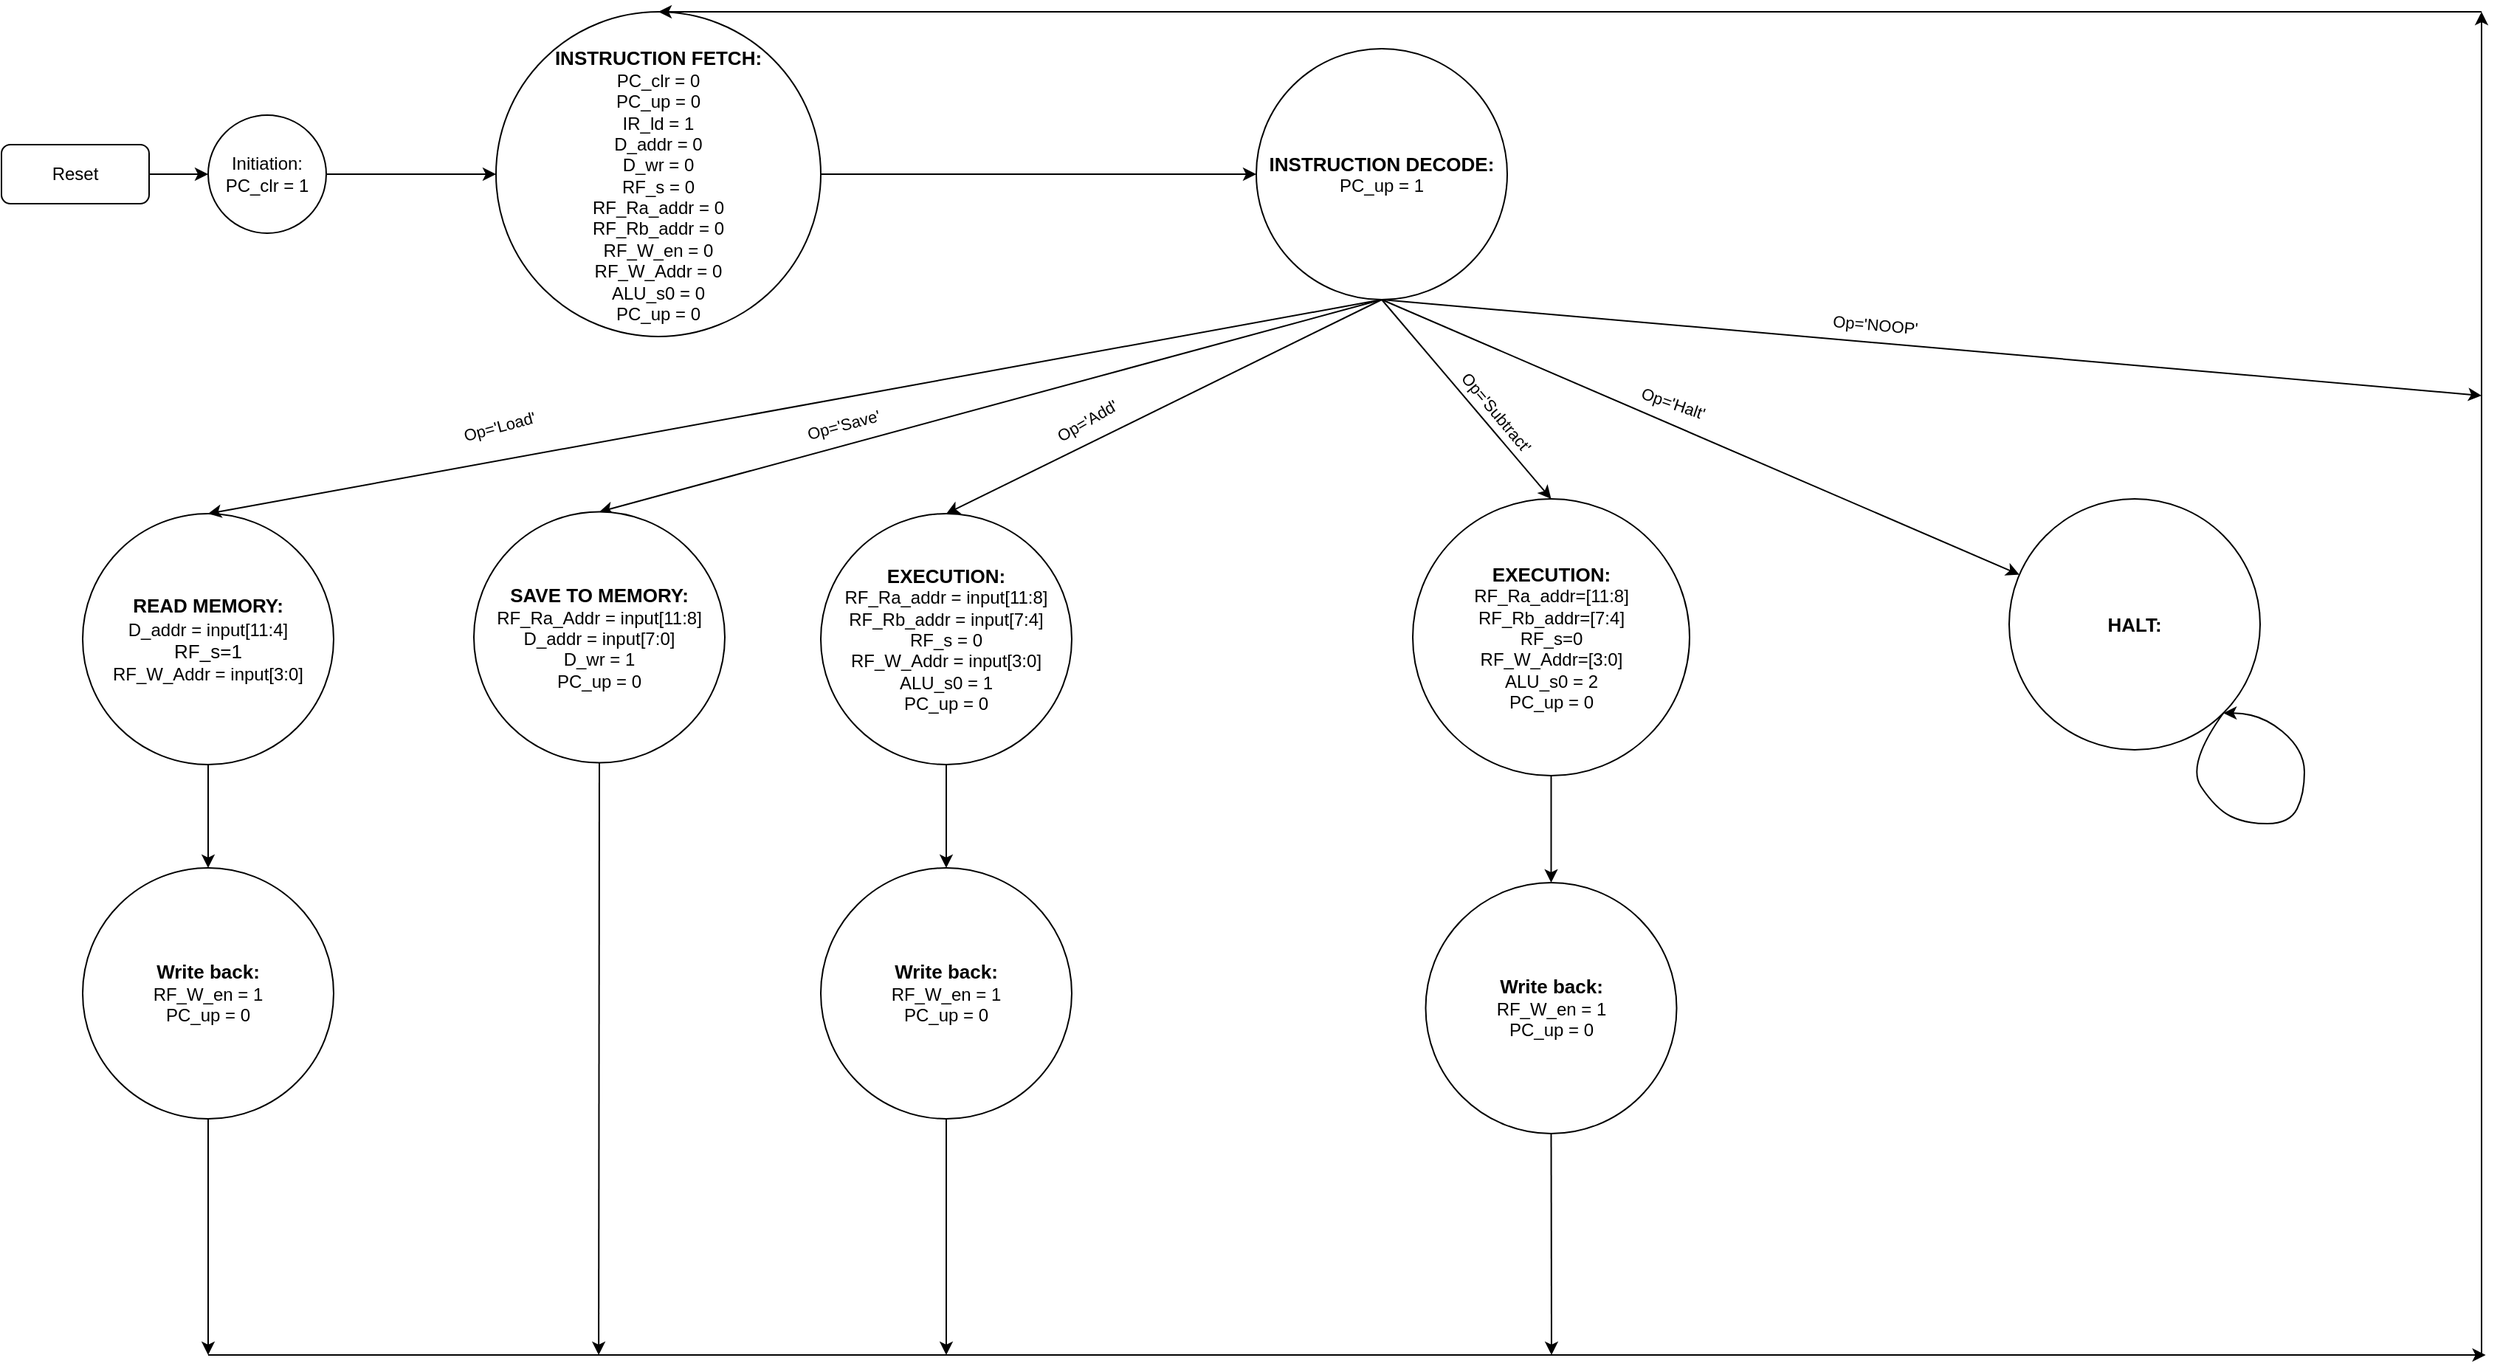
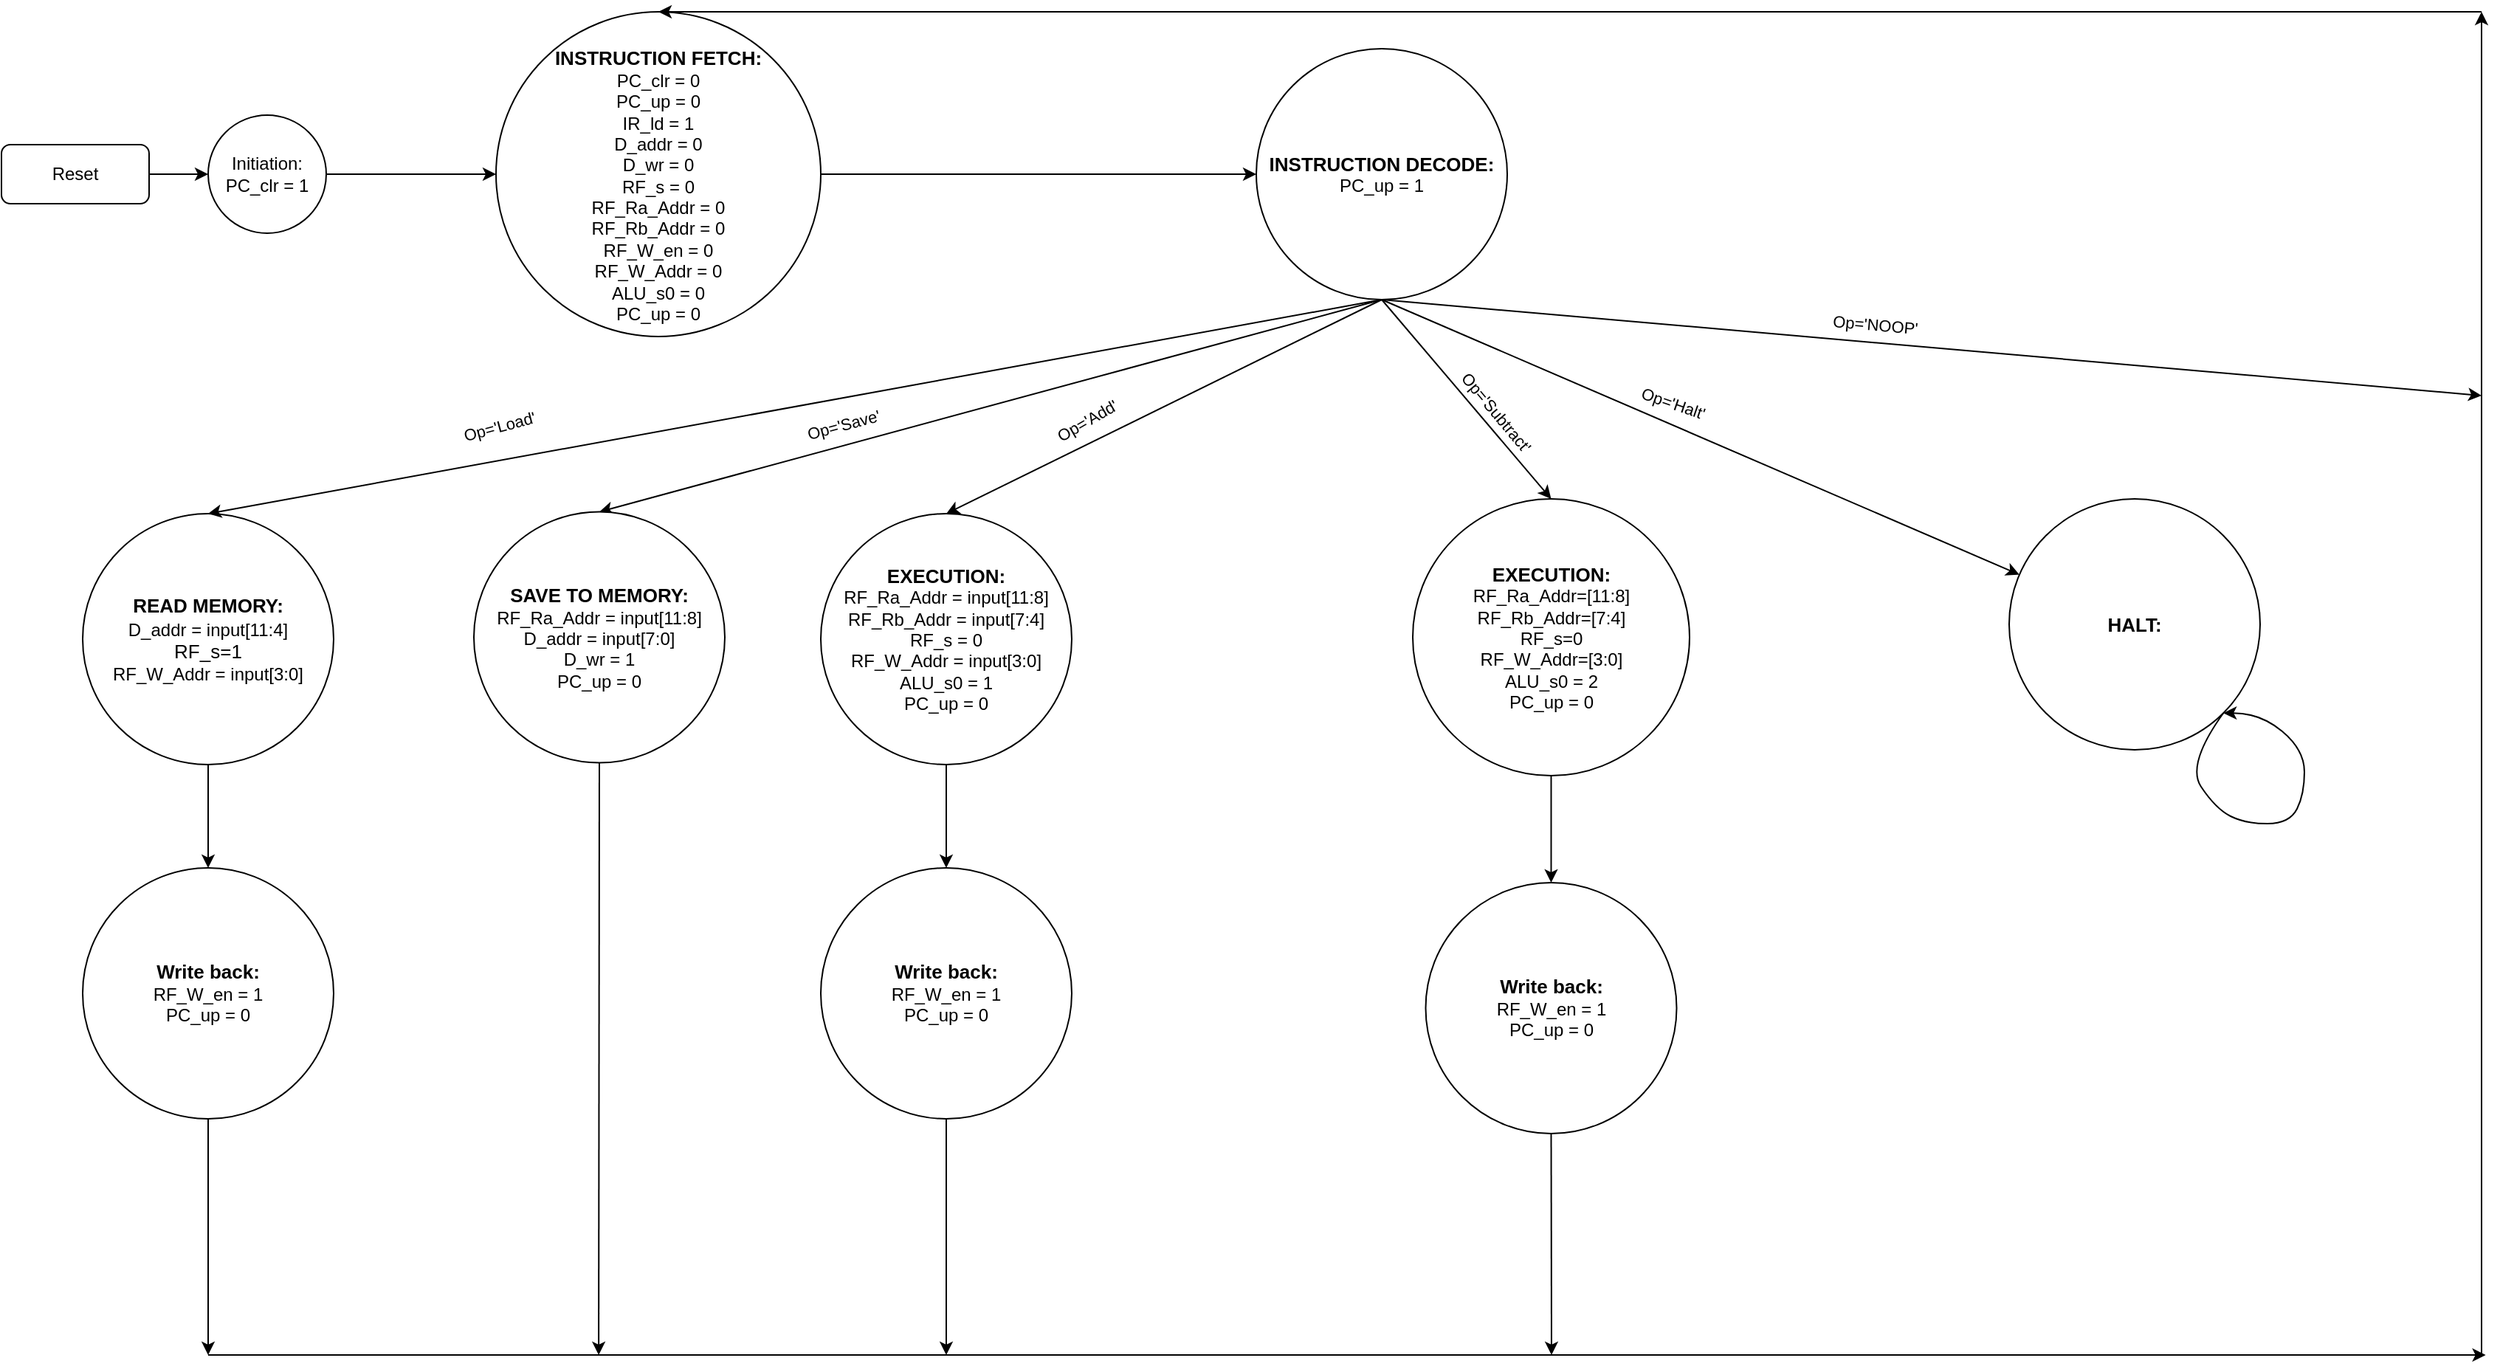
<mxfile host="app.diagrams.net" agent="Mozilla/5.0 (Windows NT 10.0; Win64; x64) AppleWebKit/537.36 (KHTML, like Gecko) draw.io/28.2.8 Chrome/140.0.7339.240 Electron/38.4.0 Safari/537.36">
  <diagram name="Page-1" id="6g0ZBsWtNu8KfJ2gwmlM">
    <mxGraphModel dx="3946" dy="5152" grid="1" gridSize="10" guides="1" tooltips="1" connect="1" arrows="1" fold="1" page="1" pageScale="1" pageWidth="850" pageHeight="1100" math="0" shadow="0">
      <root>
        <mxCell id="0" />
        <mxCell id="1" parent="0" />
        <mxCell id="5IpxGfXppXMIbhUc-PeU-2" parent="1" style="ellipse;whiteSpace=wrap;html=1;aspect=fixed;" value="&lt;div&gt;&lt;b&gt;&lt;font style=&quot;font-size: 13px;&quot;&gt;INSTRUCTION DECODE:&lt;/font&gt;&lt;/b&gt;&lt;/div&gt;&lt;div&gt;PC_up = 1&lt;/div&gt;" vertex="1">
          <mxGeometry height="170" width="170" x="10" y="-3245" as="geometry" />
        </mxCell>
        <mxCell id="5IpxGfXppXMIbhUc-PeU-3" parent="1" style="ellipse;whiteSpace=wrap;html=1;aspect=fixed;" value="&lt;span style=&quot;font-size: 13px;&quot;&gt;&lt;b&gt;READ MEMORY:&lt;/b&gt;&lt;/span&gt;&lt;div&gt;D_addr = input[11:4]&lt;span style=&quot;font-size: 13px;&quot;&gt;&lt;b&gt;&lt;br&gt;&lt;/b&gt;&lt;/span&gt;&lt;div&gt;&lt;span style=&quot;font-size: 13px;&quot;&gt;RF_s=1&lt;/span&gt;&lt;/div&gt;&lt;div&gt;RF_W_Addr = input[3:0]&lt;/div&gt;&lt;/div&gt;" vertex="1">
          <mxGeometry height="170" width="170" x="-785" y="-2930" as="geometry" />
        </mxCell>
-         <mxCell id="5IpxGfXppXMIbhUc-PeU-4" parent="1" style="ellipse;whiteSpace=wrap;html=1;direction=south;" value="&lt;div&gt;&lt;b&gt;&lt;font style=&quot;font-size: 13px;&quot;&gt;&lt;br&gt;&lt;/font&gt;&lt;/b&gt;&lt;/div&gt;&lt;div&gt;&lt;b&gt;&lt;font style=&quot;font-size: 13px;&quot;&gt;INSTRUCTION FETCH:&lt;/font&gt;&lt;/b&gt;&lt;/div&gt;&lt;div&gt;PC_clr = 0&lt;/div&gt;&lt;div&gt;PC_up = 0&lt;/div&gt;&lt;div&gt;IR_ld = 1&lt;/div&gt;&lt;div&gt;D_addr = 0&lt;/div&gt;&lt;div&gt;D_wr = 0&lt;br&gt;RF_s = 0&lt;/div&gt;&lt;div&gt;RF_Ra_addr = 0&lt;/div&gt;&lt;div&gt;RF_Rb_addr = 0&lt;/div&gt;&lt;div&gt;RF_W_en = 0&lt;/div&gt;&lt;div&gt;RF_W_Addr = 0&lt;/div&gt;&lt;div&gt;ALU_s0 = 0&lt;/div&gt;&lt;div&gt;PC_up = 0&lt;/div&gt;" vertex="1">
+         <mxCell id="5IpxGfXppXMIbhUc-PeU-4" parent="1" style="ellipse;whiteSpace=wrap;html=1;direction=south;" value="&lt;div&gt;&lt;b&gt;&lt;font style=&quot;font-size: 13px;&quot;&gt;&lt;br&gt;&lt;/font&gt;&lt;/b&gt;&lt;/div&gt;&lt;div&gt;&lt;b&gt;&lt;font style=&quot;font-size: 13px;&quot;&gt;INSTRUCTION FETCH:&lt;/font&gt;&lt;/b&gt;&lt;/div&gt;&lt;div&gt;PC_clr = 0&lt;/div&gt;&lt;div&gt;PC_up = 0&lt;/div&gt;&lt;div&gt;IR_ld = 1&lt;/div&gt;&lt;div&gt;D_addr = 0&lt;/div&gt;&lt;div&gt;D_wr = 0&lt;br&gt;RF_s = 0&lt;/div&gt;&lt;div&gt;RF_Ra_Addr = 0&lt;/div&gt;&lt;div&gt;RF_Rb_Addr = 0&lt;/div&gt;&lt;div&gt;RF_W_en = 0&lt;/div&gt;&lt;div&gt;RF_W_Addr = 0&lt;/div&gt;&lt;div&gt;ALU_s0 = 0&lt;/div&gt;&lt;div&gt;PC_up = 0&lt;/div&gt;" vertex="1">
          <mxGeometry height="220" width="220" x="-505" y="-3270" as="geometry" />
        </mxCell>
-         <mxCell id="5IpxGfXppXMIbhUc-PeU-5" parent="1" style="ellipse;whiteSpace=wrap;html=1;aspect=fixed;" value="&lt;div&gt;&lt;b&gt;&lt;font style=&quot;font-size: 13px;&quot;&gt;EXECUTION:&lt;/font&gt;&lt;/b&gt;&lt;/div&gt;&lt;div&gt;&lt;div&gt;RF_Ra_addr = input[11:8]&lt;/div&gt;&lt;div&gt;RF_Rb_addr = input[7:4]&lt;/div&gt;&lt;/div&gt;&lt;div&gt;&lt;span style=&quot;background-color: transparent; color: light-dark(rgb(0, 0, 0), rgb(255, 255, 255));&quot;&gt;RF_s = 0&lt;/span&gt;&lt;/div&gt;&lt;div&gt;RF_W_Addr = input&lt;span style=&quot;background-color: transparent; color: light-dark(rgb(0, 0, 0), rgb(255, 255, 255));&quot;&gt;&lt;/span&gt;&lt;span style=&quot;background-color: transparent; color: light-dark(rgb(0, 0, 0), rgb(255, 255, 255));&quot;&gt;[3:0]&lt;/span&gt;&lt;/div&gt;&lt;div&gt;&lt;span style=&quot;background-color: transparent; color: light-dark(rgb(0, 0, 0), rgb(255, 255, 255));&quot;&gt;ALU_s0 = 1&lt;/span&gt;&lt;/div&gt;&lt;div&gt;PC_up = 0&lt;span style=&quot;background-color: transparent; color: light-dark(rgb(0, 0, 0), rgb(255, 255, 255));&quot;&gt;&lt;/span&gt;&lt;/div&gt;" vertex="1">
+         <mxCell id="5IpxGfXppXMIbhUc-PeU-5" parent="1" style="ellipse;whiteSpace=wrap;html=1;aspect=fixed;" value="&lt;div&gt;&lt;b&gt;&lt;font style=&quot;font-size: 13px;&quot;&gt;EXECUTION:&lt;/font&gt;&lt;/b&gt;&lt;/div&gt;&lt;div&gt;&lt;div&gt;RF_Ra_Addr = input[11:8]&lt;/div&gt;&lt;div&gt;RF_Rb_Addr = input[7:4]&lt;/div&gt;&lt;/div&gt;&lt;div&gt;&lt;span style=&quot;background-color: transparent; color: light-dark(rgb(0, 0, 0), rgb(255, 255, 255));&quot;&gt;RF_s = 0&lt;/span&gt;&lt;/div&gt;&lt;div&gt;RF_W_Addr = input&lt;span style=&quot;background-color: transparent; color: light-dark(rgb(0, 0, 0), rgb(255, 255, 255));&quot;&gt;&lt;/span&gt;&lt;span style=&quot;background-color: transparent; color: light-dark(rgb(0, 0, 0), rgb(255, 255, 255));&quot;&gt;[3:0]&lt;/span&gt;&lt;/div&gt;&lt;div&gt;&lt;span style=&quot;background-color: transparent; color: light-dark(rgb(0, 0, 0), rgb(255, 255, 255));&quot;&gt;ALU_s0 = 1&lt;/span&gt;&lt;/div&gt;&lt;div&gt;PC_up = 0&lt;span style=&quot;background-color: transparent; color: light-dark(rgb(0, 0, 0), rgb(255, 255, 255));&quot;&gt;&lt;/span&gt;&lt;/div&gt;" vertex="1">
          <mxGeometry height="170" width="170" x="-285" y="-2930" as="geometry" />
        </mxCell>
-         <mxCell id="5IpxGfXppXMIbhUc-PeU-6" parent="1" style="ellipse;whiteSpace=wrap;html=1;aspect=fixed;" value="&lt;div&gt;&lt;b&gt;&lt;font style=&quot;font-size: 13px;&quot;&gt;EXECUTION:&lt;/font&gt;&lt;/b&gt;&lt;/div&gt;&lt;div&gt;&lt;div&gt;RF_Ra_addr=[11:8]&lt;/div&gt;&lt;div&gt;RF_Rb_addr=[7:4]&lt;/div&gt;&lt;/div&gt;&lt;div&gt;&lt;span style=&quot;background-color: transparent; color: light-dark(rgb(0, 0, 0), rgb(255, 255, 255));&quot;&gt;RF_s=0&lt;/span&gt;&lt;/div&gt;&lt;div&gt;RF_W_Addr=&lt;span style=&quot;background-color: transparent; color: light-dark(rgb(0, 0, 0), rgb(255, 255, 255));&quot;&gt;&lt;/span&gt;&lt;span style=&quot;background-color: transparent; color: light-dark(rgb(0, 0, 0), rgb(255, 255, 255));&quot;&gt;[3:0]&lt;/span&gt;&lt;/div&gt;&lt;div&gt;&lt;span style=&quot;background-color: transparent; color: light-dark(rgb(0, 0, 0), rgb(255, 255, 255));&quot;&gt;ALU_s0 = 2&lt;/span&gt;&lt;/div&gt;&lt;div&gt;PC_up = 0&lt;span style=&quot;background-color: transparent; color: light-dark(rgb(0, 0, 0), rgb(255, 255, 255));&quot;&gt;&lt;/span&gt;&lt;/div&gt;" vertex="1">
+         <mxCell id="5IpxGfXppXMIbhUc-PeU-6" parent="1" style="ellipse;whiteSpace=wrap;html=1;aspect=fixed;" value="&lt;div&gt;&lt;b&gt;&lt;font style=&quot;font-size: 13px;&quot;&gt;EXECUTION:&lt;/font&gt;&lt;/b&gt;&lt;/div&gt;&lt;div&gt;&lt;div&gt;RF_Ra_Addr=[11:8]&lt;/div&gt;&lt;div&gt;RF_Rb_Addr=[7:4]&lt;/div&gt;&lt;/div&gt;&lt;div&gt;&lt;span style=&quot;background-color: transparent; color: light-dark(rgb(0, 0, 0), rgb(255, 255, 255));&quot;&gt;RF_s=0&lt;/span&gt;&lt;/div&gt;&lt;div&gt;RF_W_Addr=&lt;span style=&quot;background-color: transparent; color: light-dark(rgb(0, 0, 0), rgb(255, 255, 255));&quot;&gt;&lt;/span&gt;&lt;span style=&quot;background-color: transparent; color: light-dark(rgb(0, 0, 0), rgb(255, 255, 255));&quot;&gt;[3:0]&lt;/span&gt;&lt;/div&gt;&lt;div&gt;&lt;span style=&quot;background-color: transparent; color: light-dark(rgb(0, 0, 0), rgb(255, 255, 255));&quot;&gt;ALU_s0 = 2&lt;/span&gt;&lt;/div&gt;&lt;div&gt;PC_up = 0&lt;span style=&quot;background-color: transparent; color: light-dark(rgb(0, 0, 0), rgb(255, 255, 255));&quot;&gt;&lt;/span&gt;&lt;/div&gt;" vertex="1">
          <mxGeometry height="187.5" width="187.5" x="116" y="-2940" as="geometry" />
        </mxCell>
        <mxCell id="5IpxGfXppXMIbhUc-PeU-7" parent="1" style="ellipse;whiteSpace=wrap;html=1;aspect=fixed;" value="&lt;b&gt;&lt;font style=&quot;font-size: 13px;&quot;&gt;HALT:&lt;/font&gt;&lt;/b&gt;" vertex="1">
          <mxGeometry height="170" width="170" x="520" y="-2940" as="geometry" />
        </mxCell>
        <mxCell id="5IpxGfXppXMIbhUc-PeU-10" parent="1" style="ellipse;whiteSpace=wrap;html=1;aspect=fixed;" value="&lt;div&gt;&lt;b&gt;&lt;font style=&quot;font-size: 13px;&quot;&gt;Write back:&lt;/font&gt;&lt;/b&gt;&lt;/div&gt;RF_W_en = 1&lt;div&gt;PC_up = 0&lt;/div&gt;" vertex="1">
          <mxGeometry height="170" width="170" x="-285" y="-2690" as="geometry" />
        </mxCell>
        <mxCell id="5IpxGfXppXMIbhUc-PeU-15" edge="1" parent="1" source="5IpxGfXppXMIbhUc-PeU-4" style="endArrow=classic;html=1;rounded=0;exitX=0.5;exitY=0;exitDx=0;exitDy=0;entryX=0;entryY=0.5;entryDx=0;entryDy=0;" target="5IpxGfXppXMIbhUc-PeU-2" value="">
          <mxGeometry height="50" relative="1" width="50" as="geometry">
            <mxPoint x="440" y="-2990" as="sourcePoint" />
            <mxPoint x="490" y="-3040" as="targetPoint" />
          </mxGeometry>
        </mxCell>
        <mxCell id="5IpxGfXppXMIbhUc-PeU-17" edge="1" parent="1" source="5IpxGfXppXMIbhUc-PeU-2" style="endArrow=classic;html=1;rounded=0;exitX=0.5;exitY=1;exitDx=0;exitDy=0;entryX=0.5;entryY=0;entryDx=0;entryDy=0;" target="5IpxGfXppXMIbhUc-PeU-3" value="">
          <mxGeometry height="50" relative="1" width="50" as="geometry">
            <mxPoint x="440" y="-2990" as="sourcePoint" />
            <mxPoint x="490" y="-3040" as="targetPoint" />
          </mxGeometry>
        </mxCell>
        <mxCell id="5IpxGfXppXMIbhUc-PeU-18" connectable="0" parent="5IpxGfXppXMIbhUc-PeU-17" style="edgeLabel;html=1;align=center;verticalAlign=middle;resizable=0;points=[];rotation=-15;" value="Op=&#39;Load&#39;" vertex="1">
          <mxGeometry relative="1" x="0.7508" y="4" as="geometry">
            <mxPoint x="97" y="-45" as="offset" />
          </mxGeometry>
        </mxCell>
        <mxCell id="5IpxGfXppXMIbhUc-PeU-19" edge="1" parent="1" source="5IpxGfXppXMIbhUc-PeU-2" style="endArrow=classic;html=1;rounded=0;entryX=0.5;entryY=0;entryDx=0;entryDy=0;exitX=0.5;exitY=1;exitDx=0;exitDy=0;" target="5IpxGfXppXMIbhUc-PeU-5" value="">
          <mxGeometry height="50" relative="1" width="50" as="geometry">
            <mxPoint x="440" y="-2990" as="sourcePoint" />
            <mxPoint x="490" y="-3040" as="targetPoint" />
          </mxGeometry>
        </mxCell>
        <mxCell id="5IpxGfXppXMIbhUc-PeU-34" connectable="0" parent="5IpxGfXppXMIbhUc-PeU-19" style="edgeLabel;html=1;align=center;verticalAlign=middle;resizable=0;points=[];rotation=-30;" value="Op=&#39;Add&#39;" vertex="1">
          <mxGeometry relative="1" x="0.2531" y="2" as="geometry">
            <mxPoint x="-16" y="-11" as="offset" />
          </mxGeometry>
        </mxCell>
        <mxCell id="5IpxGfXppXMIbhUc-PeU-20" edge="1" parent="1" source="5IpxGfXppXMIbhUc-PeU-2" style="endArrow=classic;html=1;rounded=0;exitX=0.5;exitY=1;exitDx=0;exitDy=0;entryX=0.5;entryY=0;entryDx=0;entryDy=0;" target="5IpxGfXppXMIbhUc-PeU-6" value="">
          <mxGeometry height="50" relative="1" width="50" as="geometry">
            <mxPoint x="440" y="-2990" as="sourcePoint" />
            <mxPoint x="490" y="-3040" as="targetPoint" />
          </mxGeometry>
        </mxCell>
        <mxCell id="5IpxGfXppXMIbhUc-PeU-37" connectable="0" parent="5IpxGfXppXMIbhUc-PeU-20" style="edgeLabel;html=1;align=center;verticalAlign=middle;resizable=0;points=[];rotation=50;" value="Op=&#39;Subtract&#39;" vertex="1">
          <mxGeometry relative="1" x="0.0445" y="-1" as="geometry">
            <mxPoint x="18" y="5" as="offset" />
          </mxGeometry>
        </mxCell>
        <mxCell id="5IpxGfXppXMIbhUc-PeU-21" edge="1" parent="1" source="5IpxGfXppXMIbhUc-PeU-2" style="endArrow=classic;html=1;rounded=0;exitX=0.5;exitY=1;exitDx=0;exitDy=0;" target="5IpxGfXppXMIbhUc-PeU-7" value="">
          <mxGeometry height="50" relative="1" width="50" as="geometry">
            <mxPoint x="630" y="-3040" as="sourcePoint" />
            <mxPoint x="490" y="-3040" as="targetPoint" />
          </mxGeometry>
        </mxCell>
        <mxCell id="5IpxGfXppXMIbhUc-PeU-38" connectable="0" parent="5IpxGfXppXMIbhUc-PeU-21" style="edgeLabel;html=1;align=center;verticalAlign=middle;resizable=0;points=[];rotation=19;" value="Op=&#39;Halt&#39;" vertex="1">
          <mxGeometry relative="1" x="-0.1202" y="1" as="geometry">
            <mxPoint x="6" y="-11" as="offset" />
          </mxGeometry>
        </mxCell>
        <mxCell id="5IpxGfXppXMIbhUc-PeU-27" edge="1" parent="1" source="5IpxGfXppXMIbhUc-PeU-5" style="endArrow=classic;html=1;rounded=0;exitX=0.5;exitY=1;exitDx=0;exitDy=0;entryX=0.5;entryY=0;entryDx=0;entryDy=0;" target="5IpxGfXppXMIbhUc-PeU-10" value="">
          <mxGeometry height="50" relative="1" width="50" as="geometry">
            <mxPoint x="120" y="-2730" as="sourcePoint" />
            <mxPoint x="170" y="-2780" as="targetPoint" />
          </mxGeometry>
        </mxCell>
        <mxCell id="5IpxGfXppXMIbhUc-PeU-31" edge="1" parent="1" style="endArrow=classic;html=1;rounded=0;" value="">
          <mxGeometry height="50" relative="1" width="50" as="geometry">
            <mxPoint x="840" y="-2360" as="sourcePoint" />
            <mxPoint x="840" y="-3270" as="targetPoint" />
          </mxGeometry>
        </mxCell>
        <mxCell id="5IpxGfXppXMIbhUc-PeU-32" edge="1" parent="1" style="endArrow=classic;html=1;rounded=0;entryX=0;entryY=0.5;entryDx=0;entryDy=0;" target="5IpxGfXppXMIbhUc-PeU-4" value="">
          <mxGeometry height="50" relative="1" width="50" as="geometry">
            <mxPoint x="840" y="-3270" as="sourcePoint" />
            <mxPoint x="190" y="-3280" as="targetPoint" />
          </mxGeometry>
        </mxCell>
        <mxCell id="tg0Gqb_y_xAmlSaAp7vu-2" edge="1" parent="1" source="5IpxGfXppXMIbhUc-PeU-10" style="endArrow=classic;html=1;rounded=0;exitX=0.5;exitY=1;exitDx=0;exitDy=0;" value="">
          <mxGeometry height="50" relative="1" width="50" as="geometry">
            <mxPoint x="-230" y="-2340" as="sourcePoint" />
            <mxPoint x="-200" y="-2360" as="targetPoint" />
          </mxGeometry>
        </mxCell>
        <mxCell id="tg0Gqb_y_xAmlSaAp7vu-3" edge="1" parent="1" style="endArrow=classic;html=1;rounded=0;" value="">
          <mxGeometry height="50" relative="1" width="50" as="geometry">
            <mxPoint x="-700" y="-2360" as="sourcePoint" />
            <mxPoint x="842.8068462171053" y="-2360" as="targetPoint" />
          </mxGeometry>
        </mxCell>
        <mxCell id="tg0Gqb_y_xAmlSaAp7vu-4" edge="1" parent="1" source="5IpxGfXppXMIbhUc-PeU-6" style="endArrow=classic;html=1;rounded=0;exitX=0.5;exitY=1;exitDx=0;exitDy=0;entryX=0.5;entryY=0;entryDx=0;entryDy=0;" target="u-jrrCGQoEvju8Wkr6QC-15" value="">
          <mxGeometry height="50" relative="1" width="50" as="geometry">
            <mxPoint x="100" y="-2730" as="sourcePoint" />
            <mxPoint x="200" y="-2680" as="targetPoint" />
          </mxGeometry>
        </mxCell>
        <mxCell id="u-jrrCGQoEvju8Wkr6QC-1" edge="1" parent="1" source="u-jrrCGQoEvju8Wkr6QC-17" style="endArrow=classic;html=1;rounded=0;entryX=0.5;entryY=1;entryDx=0;entryDy=0;exitX=1;exitY=0.5;exitDx=0;exitDy=0;" target="5IpxGfXppXMIbhUc-PeU-4" value="">
          <mxGeometry height="50" relative="1" width="50" as="geometry">
            <mxPoint x="-640" y="-3160" as="sourcePoint" />
            <mxPoint x="-560" y="-3160" as="targetPoint" />
          </mxGeometry>
        </mxCell>
        <mxCell id="u-jrrCGQoEvju8Wkr6QC-4" edge="1" parent="1" source="5IpxGfXppXMIbhUc-PeU-2" style="endArrow=classic;html=1;rounded=0;exitX=0.5;exitY=1;exitDx=0;exitDy=0;" value="">
          <mxGeometry height="50" relative="1" width="50" as="geometry">
            <mxPoint x="100" y="-3070" as="sourcePoint" />
            <mxPoint x="840" y="-3010" as="targetPoint" />
          </mxGeometry>
        </mxCell>
        <mxCell id="u-jrrCGQoEvju8Wkr6QC-5" connectable="0" parent="u-jrrCGQoEvju8Wkr6QC-4" style="edgeLabel;html=1;align=center;verticalAlign=middle;resizable=0;points=[];rotation=5;" value="Op=&#39;NOOP&#39;" vertex="1">
          <mxGeometry relative="1" x="-0.1202" y="1" as="geometry">
            <mxPoint x="6" y="-11" as="offset" />
          </mxGeometry>
        </mxCell>
        <mxCell id="u-jrrCGQoEvju8Wkr6QC-10" parent="1" style="ellipse;whiteSpace=wrap;html=1;aspect=fixed;" value="&lt;div&gt;&lt;b&gt;&lt;font style=&quot;font-size: 13px;&quot;&gt;Write back:&lt;/font&gt;&lt;/b&gt;&lt;/div&gt;RF_W_en = 1&lt;div&gt;PC_up = 0&lt;/div&gt;" vertex="1">
          <mxGeometry height="170" width="170" x="-785" y="-2690" as="geometry" />
        </mxCell>
        <mxCell id="u-jrrCGQoEvju8Wkr6QC-11" edge="1" parent="1" style="endArrow=classic;html=1;rounded=0;exitX=0.5;exitY=1;exitDx=0;exitDy=0;entryX=0.5;entryY=0;entryDx=0;entryDy=0;" target="u-jrrCGQoEvju8Wkr6QC-10" value="">
          <mxGeometry height="50" relative="1" width="50" as="geometry">
            <mxPoint x="-700" y="-2760" as="sourcePoint" />
            <mxPoint x="-330" y="-2780" as="targetPoint" />
          </mxGeometry>
        </mxCell>
        <mxCell id="u-jrrCGQoEvju8Wkr6QC-15" parent="1" style="ellipse;whiteSpace=wrap;html=1;aspect=fixed;" value="&lt;div&gt;&lt;b&gt;&lt;font style=&quot;font-size: 13px;&quot;&gt;Write back:&lt;/font&gt;&lt;/b&gt;&lt;/div&gt;RF_W_en = 1&lt;div&gt;PC_up = 0&lt;/div&gt;" vertex="1">
          <mxGeometry height="170" width="170" x="124.75" y="-2680" as="geometry" />
        </mxCell>
        <mxCell id="u-jrrCGQoEvju8Wkr6QC-16" edge="1" parent="1" source="u-jrrCGQoEvju8Wkr6QC-15" style="endArrow=classic;html=1;rounded=0;exitX=0.5;exitY=1;exitDx=0;exitDy=0;" value="">
          <mxGeometry height="50" relative="1" width="50" as="geometry">
            <mxPoint x="210" y="-2470" as="sourcePoint" />
            <mxPoint x="210" y="-2360" as="targetPoint" />
          </mxGeometry>
        </mxCell>
        <mxCell id="u-jrrCGQoEvju8Wkr6QC-17" parent="1" style="ellipse;whiteSpace=wrap;html=1;aspect=fixed;" value="Initiation:&lt;div&gt;PC_clr = 1&lt;/div&gt;" vertex="1">
          <mxGeometry height="80" width="80" x="-700" y="-3200" as="geometry" />
        </mxCell>
        <mxCell id="u-jrrCGQoEvju8Wkr6QC-19" parent="1" style="rounded=1;whiteSpace=wrap;html=1;" value="Reset" vertex="1">
          <mxGeometry height="40" width="100" x="-840" y="-3180" as="geometry" />
        </mxCell>
        <mxCell id="u-jrrCGQoEvju8Wkr6QC-20" edge="1" parent="1" source="u-jrrCGQoEvju8Wkr6QC-19" style="endArrow=classic;html=1;rounded=0;exitX=1;exitY=0.5;exitDx=0;exitDy=0;entryX=0;entryY=0.5;entryDx=0;entryDy=0;" target="u-jrrCGQoEvju8Wkr6QC-17" value="">
          <mxGeometry height="50" relative="1" width="50" as="geometry">
            <mxPoint x="-660" y="-3190" as="sourcePoint" />
            <mxPoint x="-610" y="-3240" as="targetPoint" />
          </mxGeometry>
        </mxCell>
        <mxCell id="u-jrrCGQoEvju8Wkr6QC-21" edge="1" parent="1" source="u-jrrCGQoEvju8Wkr6QC-10" style="endArrow=classic;html=1;rounded=0;exitX=0.5;exitY=1;exitDx=0;exitDy=0;" value="">
          <mxGeometry height="50" relative="1" width="50" as="geometry">
            <mxPoint x="-615" y="-2520" as="sourcePoint" />
            <mxPoint x="-700" y="-2360" as="targetPoint" />
          </mxGeometry>
        </mxCell>
        <mxCell id="u-jrrCGQoEvju8Wkr6QC-22" edge="1" parent="1" source="5IpxGfXppXMIbhUc-PeU-2" style="endArrow=classic;html=1;rounded=0;exitX=0.5;exitY=1;exitDx=0;exitDy=0;entryX=0.5;entryY=0;entryDx=0;entryDy=0;" target="u-jrrCGQoEvju8Wkr6QC-24" value="">
          <mxGeometry height="50" relative="1" width="50" as="geometry">
            <mxPoint x="-95" y="-2920" as="sourcePoint" />
            <mxPoint x="-400" y="-2950" as="targetPoint" />
          </mxGeometry>
        </mxCell>
        <mxCell id="u-jrrCGQoEvju8Wkr6QC-23" connectable="0" parent="u-jrrCGQoEvju8Wkr6QC-22" style="edgeLabel;html=1;align=center;verticalAlign=middle;resizable=0;points=[];rotation=-15;" value="Op=&#39;Save&#39;" vertex="1">
          <mxGeometry relative="1" x="0.7508" y="4" as="geometry">
            <mxPoint x="97" y="-45" as="offset" />
          </mxGeometry>
        </mxCell>
        <mxCell id="u-jrrCGQoEvju8Wkr6QC-24" parent="1" style="ellipse;whiteSpace=wrap;html=1;aspect=fixed;" value="&lt;span style=&quot;font-size: 13px;&quot;&gt;&lt;b&gt;SAVE TO MEMORY:&lt;br&gt;&lt;/b&gt;&lt;/span&gt;&lt;div&gt;&lt;span style=&quot;background-color: transparent; color: light-dark(rgb(0, 0, 0), rgb(255, 255, 255));&quot;&gt;RF_Ra_Addr&amp;nbsp;&lt;/span&gt;= input[11:8]&lt;div&gt;D_addr = input[7:0]&lt;/div&gt;&lt;/div&gt;&lt;div&gt;D_wr = 1&lt;/div&gt;&lt;div&gt;PC_up = 0&lt;/div&gt;" vertex="1">
          <mxGeometry height="170" width="170" x="-520" y="-2931.25" as="geometry" />
        </mxCell>
        <mxCell id="u-jrrCGQoEvju8Wkr6QC-27" edge="1" parent="1" source="u-jrrCGQoEvju8Wkr6QC-24" style="endArrow=classic;html=1;rounded=0;exitX=0.5;exitY=1;exitDx=0;exitDy=0;" value="">
          <mxGeometry height="50" relative="1" width="50" as="geometry">
            <mxPoint x="-435.45" y="-2520" as="sourcePoint" />
            <mxPoint x="-435.45" y="-2360" as="targetPoint" />
          </mxGeometry>
        </mxCell>
        <mxCell id="u-jrrCGQoEvju8Wkr6QC-29" edge="1" parent="1" source="5IpxGfXppXMIbhUc-PeU-7" style="curved=1;endArrow=classic;html=1;rounded=0;exitX=1;exitY=1;exitDx=0;exitDy=0;entryX=1;entryY=1;entryDx=0;entryDy=0;" target="5IpxGfXppXMIbhUc-PeU-7" value="">
          <mxGeometry height="50" relative="1" width="50" as="geometry">
            <Array as="points">
              <mxPoint x="640" y="-2760" />
              <mxPoint x="660" y="-2730" />
              <mxPoint x="680" y="-2720" />
              <mxPoint x="710" y="-2720" />
              <mxPoint x="720" y="-2740" />
              <mxPoint x="720" y="-2770" />
              <mxPoint x="690" y="-2795" />
            </Array>
            <mxPoint x="630" y="-2660" as="sourcePoint" />
            <mxPoint x="680" y="-2710" as="targetPoint" />
          </mxGeometry>
        </mxCell>
      </root>
    </mxGraphModel>
  </diagram>
</mxfile>
